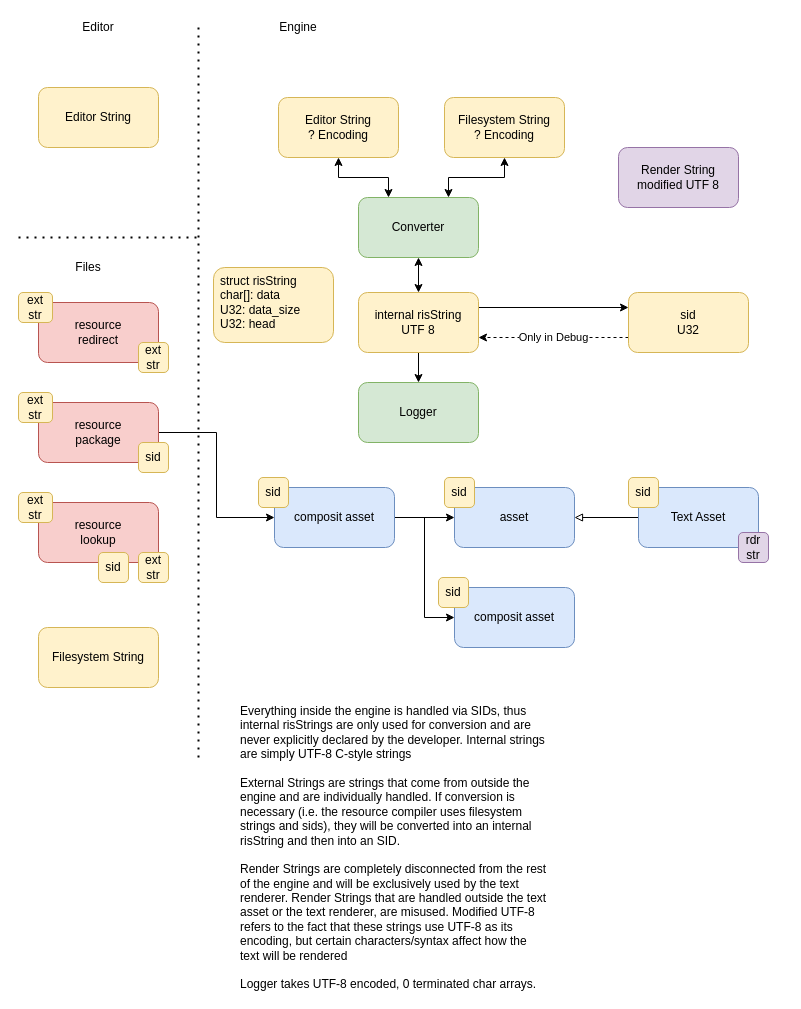
Above: thoughts/string rethink.drawio in Rismosch/ris_engine (draw.io), before the change. Source tidied: cells renumbered, new cells numbered last; positions are measured from the earlier drawing's top-left corner, leaving out a move shared by most shapes. Both pictures are drawn from the tidied source at 100%, with x=0, y=0 at pixel (18, 17).
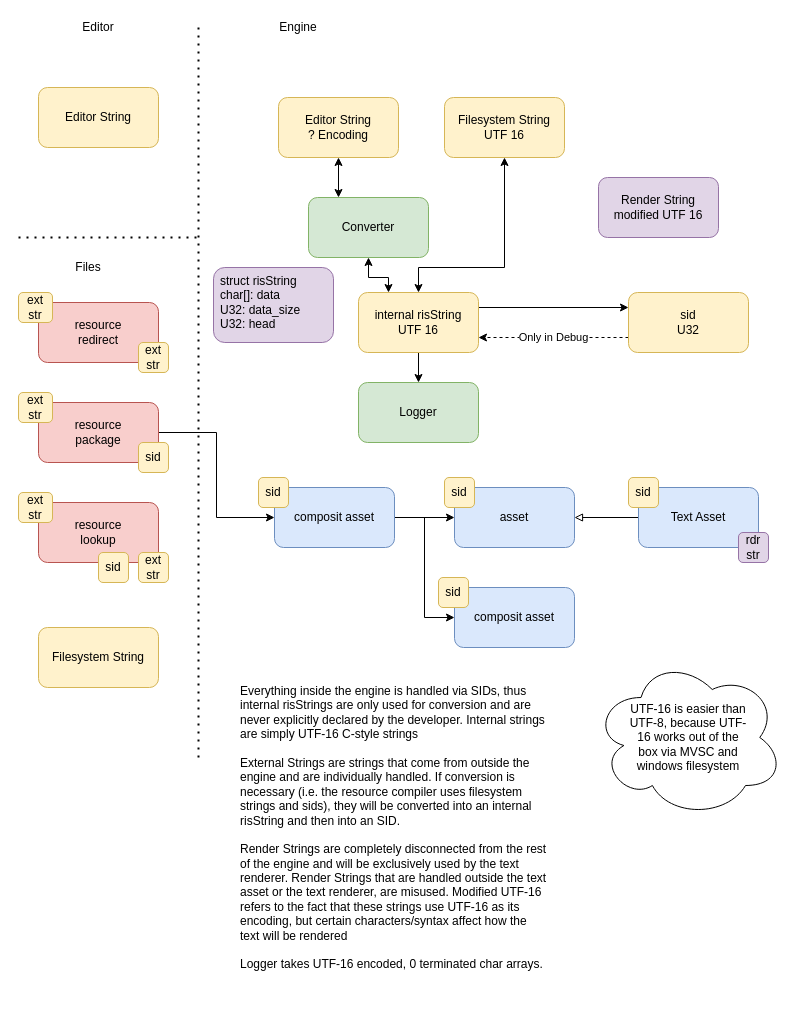
The same page after the edit.

Commit message (it also covers changes not shown here):
further thoughts on strings

Diff of the diagram source:
```diff
@@
+    <mxCell id="47" style="edgeStyle=orthogonalEdgeStyle;rounded=0;jettySize=auto;html=1;entryX=0.5;entryY=1;entryDx=0;entryDy=0;startArrow=classic;startFill=1;" parent="1" edge="1" source="18" target="38">
+      <mxGeometry relative="1" as="geometry">
+        <Array as="points">
+          <mxPoint x="400" y="250" />
+          <mxPoint x="486" y="250" />
+        </Array>
+      </mxGeometry>
+    </mxCell>
-    <mxCell id="18" value="internal risString&lt;br&gt;UTF 8" style="rounded=1;whiteSpace=wrap;html=1;fillColor=#fff2cc;strokeColor=#d6b656;" parent="1" vertex="1">
+    <mxCell id="18" value="internal risString&lt;br&gt;UTF 16" style="rounded=1;whiteSpace=wrap;html=1;fillColor=#fff2cc;strokeColor=#d6b656;" parent="1" vertex="1">
       <mxGeometry x="340" y="275" width="120" height="60" as="geometry" />
     </mxCell>
@@
-    <mxCell id="33" style="edgeStyle=orthogonalEdgeStyle;rounded=0;jettySize=auto;html=1;startArrow=classic;startFill=1;endArrow=classic;endFill=1;" parent="1" edge="1" source="34" target="18">
+    <mxCell id="33" style="edgeStyle=orthogonalEdgeStyle;rounded=0;jettySize=auto;html=1;entryX=0.25;entryY=0;entryDx=0;entryDy=0;startArrow=classic;startFill=1;" parent="1" edge="1" source="34" target="18">
       <mxGeometry relative="1" as="geometry" />
     </mxCell>
     <mxCell id="34" value="Converter" style="rounded=1;whiteSpace=wrap;html=1;fillColor=#d5e8d4;strokeColor=#82b366;" parent="1" vertex="1">
-      <mxGeometry x="340" y="180" width="120" height="60" as="geometry" />
+      <mxGeometry x="290" y="180" width="120" height="60" as="geometry" />
     </mxCell>
@@
-    <mxCell id="37" style="edgeStyle=orthogonalEdgeStyle;rounded=0;jettySize=auto;html=1;entryX=0.75;entryY=0;entryDx=0;entryDy=0;startArrow=classic;startFill=1;endArrow=classic;endFill=1;" parent="1" edge="1" source="38" target="34">
-      <mxGeometry relative="1" as="geometry" />
-    </mxCell>
-    <mxCell id="38" value="Filesystem String&lt;br&gt;? Encoding" style="rounded=1;whiteSpace=wrap;html=1;fillColor=#fff2cc;strokeColor=#d6b656;" parent="1" vertex="1">
+    <mxCell id="38" value="Filesystem String&lt;br&gt;UTF 16" style="rounded=1;whiteSpace=wrap;html=1;fillColor=#fff2cc;strokeColor=#d6b656;" parent="1" vertex="1">
       <mxGeometry x="426" y="80" width="120" height="60" as="geometry" />
     </mxCell>
-    <mxCell id="39" value="Everything inside the engine is handled via SIDs, thus internal risStrings are only used for conversion and are never explicitly declared by the developer. Internal strings are simply UTF-8 C-style strings&lt;br&gt;&lt;br&gt;External Strings are strings that come from outside the engine and are individually handled. If conversion is necessary (i.e. the resource compiler uses filesystem strings and sids), they will be converted into an internal risString and then into an SID.&lt;br&gt;&lt;br&gt;Render Strings are completely disconnected from the rest of the engine and will be exclusively used by the text renderer. Render Strings that are handled outside the text asset or the text renderer, are misused. Modified UTF-8 refers to the fact that these strings use UTF-8 as its encoding, but certain characters/syntax affect how the text will be rendered&lt;br&gt;&lt;br&gt;Logger takes UTF-8 encoded, 0 terminated char arrays." style="text;html=1;strokeColor=none;fillColor=none;align=left;verticalAlign=top;whiteSpace=wrap;rounded=0;" parent="1" vertex="1">
-      <mxGeometry x="220" y="680" width="310" height="250" as="geometry" />
+    <mxCell id="39" value="Everything inside the engine is handled via SIDs, thus internal risStrings are only used for conversion and are never explicitly declared by the developer. Internal strings are simply UTF-16 C-style strings&lt;br&gt;&lt;br&gt;External Strings are strings that come from outside the engine and are individually handled. If conversion is necessary (i.e. the resource compiler uses filesystem strings and sids), they will be converted into an internal risString and then into an SID.&lt;br&gt;&lt;br&gt;Render Strings are completely disconnected from the rest of the engine and will be exclusively used by the text renderer. Render Strings that are handled outside the text asset or the text renderer, are misused. Modified UTF-16 refers to the fact that these strings use UTF-16 as its encoding, but certain characters/syntax affect how the text will be rendered&lt;br&gt;&lt;br&gt;Logger takes UTF-16 encoded, 0 terminated char arrays." style="text;html=1;strokeColor=none;fillColor=none;align=left;verticalAlign=top;whiteSpace=wrap;rounded=0;" parent="1" vertex="1">
+      <mxGeometry x="220" y="660" width="310" height="310" as="geometry" />
     </mxCell>
@@
-    <mxCell id="43" value="Render String&lt;br&gt;modified UTF 8" style="rounded=1;whiteSpace=wrap;html=1;fillColor=#e1d5e7;strokeColor=#9673a6;" parent="1" vertex="1">
-      <mxGeometry x="600" y="130" width="120" height="60" as="geometry" />
+    <mxCell id="43" value="Render String&lt;br&gt;modified UTF 16" style="rounded=1;whiteSpace=wrap;html=1;fillColor=#e1d5e7;strokeColor=#9673a6;" parent="1" vertex="1">
+      <mxGeometry x="580" y="160" width="120" height="60" as="geometry" />
     </mxCell>
@@
-    <mxCell id="46" value="struct risString&lt;br&gt;char[]: data&lt;br&gt;U32: data_size&lt;br&gt;U32: head" style="rounded=1;whiteSpace=wrap;html=1;fillColor=#fff2cc;strokeColor=#d6b656;verticalAlign=top;align=left;spacingLeft=5;" parent="1" vertex="1">
+    <mxCell id="46" value="struct risString&lt;br&gt;char[]: data&lt;br&gt;U32: data_size&lt;br&gt;U32: head" style="rounded=1;whiteSpace=wrap;html=1;fillColor=#e1d5e7;strokeColor=#9673a6;verticalAlign=top;align=left;spacingLeft=5;" parent="1" vertex="1">
       <mxGeometry x="195" y="250" width="120" height="75" as="geometry" />
     </mxCell>
+    <mxCell id="48" value="UTF-16 is easier than UTF-8, because UTF-16 works out of the box via MVSC and windows filesystem" style="ellipse;shape=cloud;whiteSpace=wrap;html=1;spacing=36;" parent="1" vertex="1">
+      <mxGeometry x="575" y="640" width="190" height="160" as="geometry" />
+    </mxCell>
```
